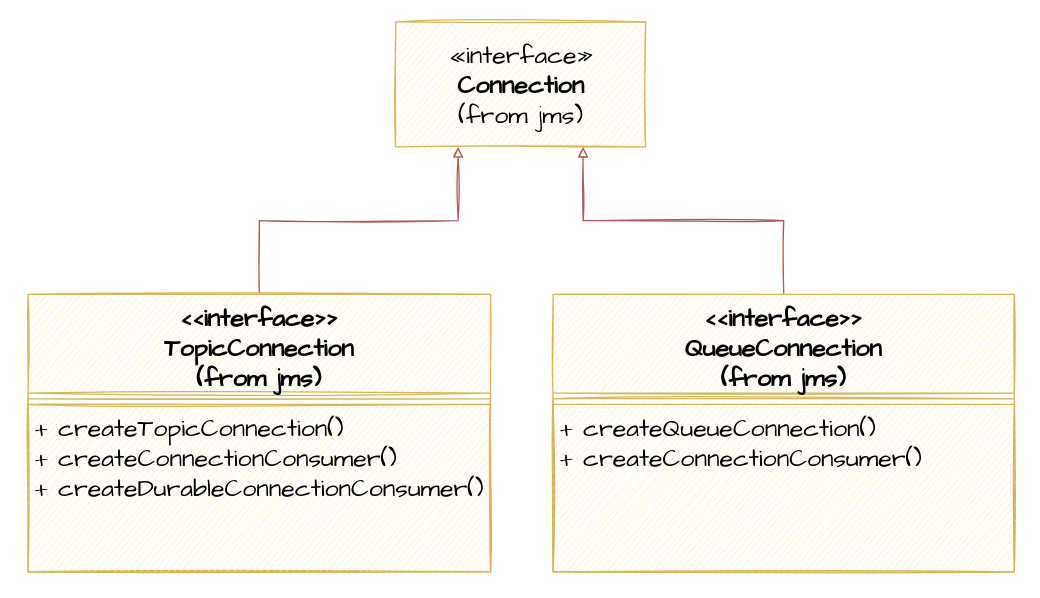
Before: img/source/img16.drawio in dariodenardi/Sistemi-Distribuiti-M, a draw.io diagram. Source tidied: cells renumbered, new cells numbered last; positions are measured from the earlier drawing's top-left corner, leaving out a move shared by most shapes. Both pictures are drawn from the tidied source at 125%, with x=0, y=0 at pixel (28, 21).
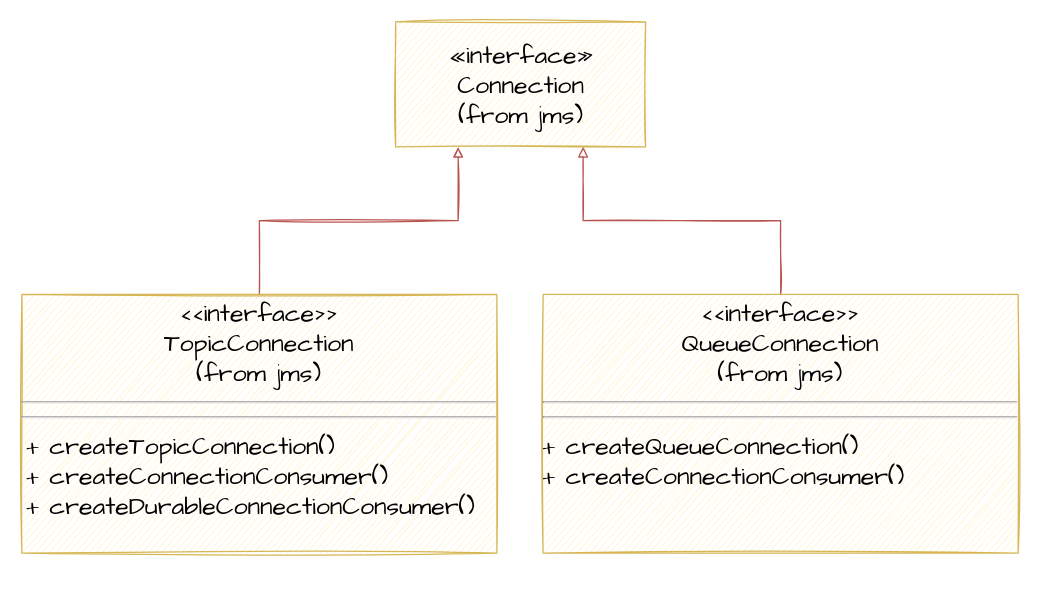
The same diagram, later.

Change to the diagram source:
```diff
@@
 <mxGraphModel>
   <root>
     <mxCell id="0" />
     <mxCell id="1" parent="0" />
-    <mxCell id="2" value="«interface»&lt;br&gt;&lt;div&gt;&lt;b&gt;Connection&lt;/b&gt;&lt;/div&gt;(from jms)" style="html=1;sketch=1;fontFamily=Architects Daughter;fontSize=20;fillColor=#fff2cc;strokeColor=#d6b656;" parent="1" vertex="1">
+    <mxCell id="2" value="«interface»&lt;br&gt;&lt;div&gt;Connection&lt;/div&gt;(from jms)" style="html=1;sketch=1;fontFamily=Architects Daughter;fontSize=20;fillColor=#fff2cc;strokeColor=#d6b656;" parent="1" vertex="1">
       <mxGeometry x="294" width="200" height="100" as="geometry" />
     </mxCell>
-    <mxCell id="3" style="edgeStyle=orthogonalEdgeStyle;rounded=0;sketch=1;jettySize=auto;html=1;exitX=0.5;exitY=0;exitDx=0;exitDy=0;entryX=0.25;entryY=1;entryDx=0;entryDy=0;fontFamily=Architects Daughter;fontSize=20;startArrow=none;startFill=0;endArrow=block;endFill=0;fillColor=#f8cecc;strokeColor=#b85450;" parent="1" edge="1" source="4" target="2">
-      <mxGeometry relative="1" as="geometry" />
-    </mxCell>
-    <mxCell id="4" value="&lt;&lt;interface&gt;&gt;&#10;TopicConnection&#10;(from jms)&#10;" style="swimlane;fontStyle=1;align=center;verticalAlign=top;horizontal=1;startSize=79;sketch=1;fontFamily=Architects Daughter;fontSize=20;fillColor=#fff2cc;strokeColor=#d6b656;" parent="1" vertex="1">
-      <mxGeometry y="218" width="370" height="222" as="geometry" />
-    </mxCell>
-    <mxCell id="5" style="line;strokeWidth=1;fillColor=#fff2cc;align=left;verticalAlign=middle;spacingTop=-1;spacingLeft=3;spacingRight=3;labelPosition=right;sketch=1;fontFamily=Architects Daughter;fontSize=20;strokeColor=#d6b656;" parent="4" vertex="1">
-      <mxGeometry y="79" width="370" height="9" as="geometry" />
-    </mxCell>
-    <mxCell id="6" value="+ createTopicConnection() &#10;+ createConnectionConsumer()&#10;+ createDurableConnectionConsumer()&#10;" style="text;strokeColor=#d6b656;fillColor=#fff2cc;align=left;verticalAlign=top;spacingLeft=4;spacingRight=4;overflow=hidden;sketch=1;fontFamily=Architects Daughter;fontSize=20;" parent="4" vertex="1">
-      <mxGeometry y="88" width="370" height="134" as="geometry" />
-    </mxCell>
-    <mxCell id="7" style="edgeStyle=orthogonalEdgeStyle;rounded=0;sketch=1;jettySize=auto;html=1;entryX=0.75;entryY=1;entryDx=0;entryDy=0;fontFamily=Architects Daughter;fontSize=20;startArrow=none;startFill=0;endArrow=block;endFill=0;fillColor=#f8cecc;strokeColor=#b85450;" parent="1" edge="1" source="8" target="2">
-      <mxGeometry relative="1" as="geometry" />
-    </mxCell>
-    <mxCell id="8" value="&lt;&lt;interface&gt;&gt;&#10;QueueConnection&#10;(from jms)&#10;" style="swimlane;fontStyle=1;align=center;verticalAlign=top;horizontal=1;startSize=79;sketch=1;fontFamily=Architects Daughter;fontSize=20;fillColor=#fff2cc;strokeColor=#d6b656;" parent="1" vertex="1">
-      <mxGeometry x="420" y="218" width="369" height="222" as="geometry" />
-    </mxCell>
-    <mxCell id="9" style="line;strokeWidth=1;fillColor=#fff2cc;align=left;verticalAlign=middle;spacingTop=-1;spacingLeft=3;spacingRight=3;labelPosition=right;sketch=1;fontFamily=Architects Daughter;fontSize=20;strokeColor=#d6b656;" parent="8" vertex="1">
-      <mxGeometry y="79" width="369" height="9" as="geometry" />
-    </mxCell>
-    <mxCell id="10" value="+ createQueueConnection() &#10;+ createConnectionConsumer()" style="text;strokeColor=#d6b656;fillColor=#fff2cc;align=left;verticalAlign=top;spacingLeft=4;spacingRight=4;overflow=hidden;sketch=1;fontFamily=Architects Daughter;fontSize=20;" parent="8" vertex="1">
-      <mxGeometry y="88" width="369" height="134" as="geometry" />
-    </mxCell>
+    <mxCell id="11" style="edgeStyle=orthogonalEdgeStyle;rounded=0;jettySize=auto;html=1;entryX=0.25;entryY=1;entryDx=0;entryDy=0;sketch=1;fillColor=#f8cecc;strokeColor=#b85450;endArrow=block;endFill=0;" parent="1" edge="1" source="12" target="2">
+      <mxGeometry relative="1" as="geometry" />
+    </mxCell>
+    <mxCell id="12" value="&lt;p style=&quot;margin: 4px 0px 0px ; text-align: center ; font-size: 20px&quot;&gt;&amp;lt;&amp;lt;interface&amp;gt;&amp;gt;&lt;br&gt;TopicConnection&lt;br&gt;(from jms)&lt;/p&gt;&lt;hr style=&quot;font-size: 20px&quot;&gt;&lt;hr style=&quot;font-size: 20px&quot;&gt;&lt;p style=&quot;margin: 0px 0px 0px 4px ; font-size: 20px&quot;&gt;+ createTopicConnection() &lt;br&gt;+ createConnectionConsumer()&lt;br&gt;+ createDurableConnectionConsumer()&lt;/p&gt;&lt;div&gt;&lt;br&gt;&lt;br&gt;&lt;/div&gt;" style="verticalAlign=top;align=left;overflow=fill;fontSize=20;fontFamily=Architects Daughter;html=1;sketch=1;fillColor=#fff2cc;strokeColor=#d6b656;" parent="1" vertex="1">
+      <mxGeometry x="-5" y="218" width="380" height="207" as="geometry" />
+    </mxCell>
+    <mxCell id="13" style="edgeStyle=orthogonalEdgeStyle;rounded=0;jettySize=auto;html=1;entryX=0.75;entryY=1;entryDx=0;entryDy=0;fillColor=#f8cecc;strokeColor=#b85450;endArrow=block;endFill=0;sketch=1;" parent="1" edge="1" source="14" target="2">
+      <mxGeometry relative="1" as="geometry" />
+    </mxCell>
+    <mxCell id="14" value="&lt;p style=&quot;margin: 4px 0px 0px ; text-align: center ; font-size: 20px&quot;&gt;&amp;lt;&amp;lt;interface&amp;gt;&amp;gt;&lt;br&gt;QueueConnection&lt;br&gt;(from jms)&lt;/p&gt;&lt;hr style=&quot;font-size: 20px&quot;&gt;&lt;hr style=&quot;font-size: 20px&quot;&gt;+ createQueueConnection() &lt;br&gt;+ createConnectionConsumer()&lt;div&gt;&lt;br&gt;&lt;/div&gt;" style="verticalAlign=top;align=left;overflow=fill;fontSize=20;fontFamily=Architects Daughter;html=1;sketch=1;fillColor=#fff2cc;strokeColor=#d6b656;" parent="1" vertex="1">
+      <mxGeometry x="412" y="218" width="380" height="207" as="geometry" />
+    </mxCell>
   </root>
 </mxGraphModel>
```
